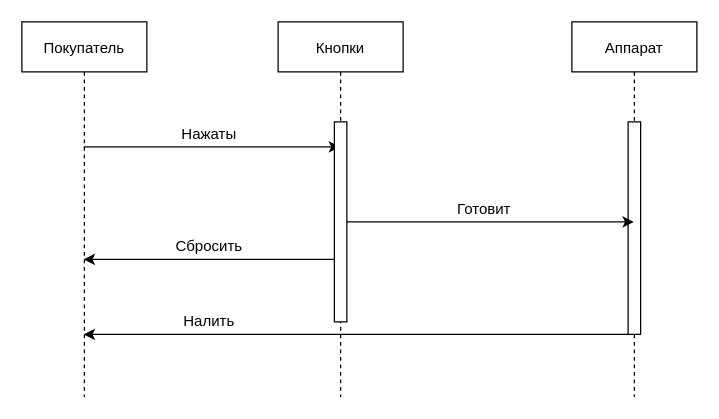
Above: Диаграммы/SequenceDiagram.drawio in programmers42p/CoffeMachineApp (draw.io), before the change. Source tidied: cells renumbered, new cells numbered last; positions are measured from the earlier drawing's top-left corner, leaving out a move shared by most shapes. Both pictures are drawn from the tidied source at 125%, with x=0, y=0 at pixel (21, 21).
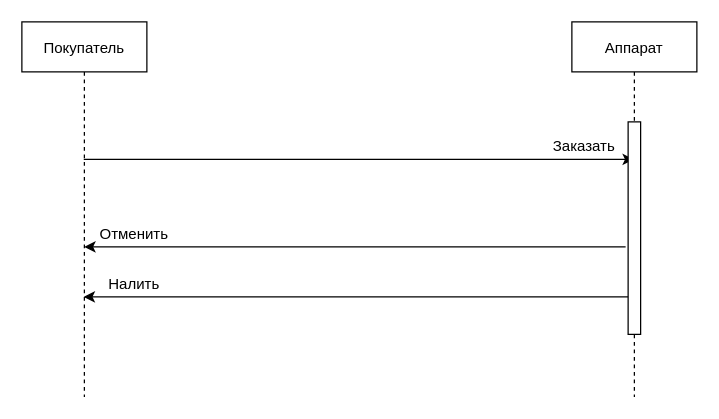
The same page after the edit.

The change refers to these unchanged cells:
```xml
<mxCell id="3" value="Покупатель" style="shape=umlLifeline;perimeter=lifelinePerimeter;rounded=0;shadow=0;strokeWidth=1;" parent="1" vertex="1">
  <mxGeometry width="100" height="300" as="geometry" />
</mxCell>
<mxCell id="4" value="Аппарат" style="shape=umlLifeline;perimeter=lifelinePerimeter;rounded=0;shadow=0;strokeWidth=1;" parent="1" vertex="1">
  <mxGeometry x="440" width="100" height="300" as="geometry" />
</mxCell>
<mxCell id="5" style="points=[];perimeter=orthogonalPerimeter;rounded=0;shadow=0;strokeWidth=1;" parent="4" vertex="1">
  <mxGeometry x="45" y="80" width="10" height="170" as="geometry" />
</mxCell>
```

What changed in the source:
```diff
@@
-    <mxCell id="2" style="edgeStyle=orthogonalEdgeStyle;rounded=0;jettySize=auto;html=1;" parent="1" edge="1" source="3" target="8">
+    <mxCell id="2" style="edgeStyle=orthogonalEdgeStyle;rounded=0;jettySize=auto;html=1;" parent="1" edge="1" source="3" target="4">
       <mxGeometry relative="1" as="geometry">
         <Array as="points">
-          <mxPoint x="150" y="100" />
-          <mxPoint x="150" y="100" />
+          <mxPoint x="380" y="110" />
+          <mxPoint x="380" y="110" />
         </Array>
       </mxGeometry>
     </mxCell>
@@
-    <mxCell id="6" style="edgeStyle=orthogonalEdgeStyle;rounded=0;jettySize=auto;html=1;" parent="1" edge="1" source="8" target="4">
-      <mxGeometry relative="1" as="geometry">
-        <Array as="points">
-          <mxPoint x="420" y="160" />
-          <mxPoint x="420" y="160" />
-        </Array>
-      </mxGeometry>
-    </mxCell>
-    <mxCell id="7" style="edgeStyle=orthogonalEdgeStyle;rounded=0;jettySize=auto;html=1;" parent="1" edge="1" source="8" target="3">
-      <mxGeometry relative="1" as="geometry">
-        <Array as="points">
-          <mxPoint x="180" y="190" />
-          <mxPoint x="180" y="190" />
-        </Array>
-      </mxGeometry>
-    </mxCell>
-    <mxCell id="8" value="Кнопки" style="shape=umlLifeline;perimeter=lifelinePerimeter;rounded=0;shadow=0;strokeWidth=1;" parent="1" vertex="1">
-      <mxGeometry x="205" width="100" height="300" as="geometry" />
-    </mxCell>
-    <mxCell id="9" style="perimeter=orthogonalPerimeter;rounded=0;shadow=0;strokeWidth=1;" parent="8" vertex="1">
-      <mxGeometry x="45" y="80" width="10" height="160" as="geometry" />
-    </mxCell>
-    <mxCell id="10" value="Нажаты" style="text;html=1;strokeColor=none;fillColor=none;align=center;verticalAlign=middle;whiteSpace=wrap;rounded=0;" parent="1" vertex="1">
-      <mxGeometry x="130" y="80" width="40" height="20" as="geometry" />
+    <mxCell id="10" value="Заказать" style="text;html=1;strokeColor=none;fillColor=none;align=center;verticalAlign=middle;whiteSpace=wrap;rounded=0;" parent="1" vertex="1">
+      <mxGeometry x="430" y="90" width="40" height="20" as="geometry" />
     </mxCell>
-    <mxCell id="11" value="Готовит" style="text;html=1;strokeColor=none;fillColor=none;align=center;verticalAlign=middle;whiteSpace=wrap;rounded=0;" parent="1" vertex="1">
-      <mxGeometry x="350" y="140" width="40" height="20" as="geometry" />
-    </mxCell>
     <mxCell id="12" style="edgeStyle=orthogonalEdgeStyle;rounded=0;jettySize=auto;html=1;" parent="1" edge="1" source="5" target="3">
       <mxGeometry relative="1" as="geometry">
         <Array as="points">
-          <mxPoint x="450" y="250" />
-          <mxPoint x="450" y="250" />
+          <mxPoint x="360" y="220" />
+          <mxPoint x="360" y="220" />
         </Array>
       </mxGeometry>
     </mxCell>
     <mxCell id="13" value="Налить" style="text;html=1;strokeColor=none;fillColor=none;align=center;verticalAlign=middle;whiteSpace=wrap;rounded=0;" parent="1" vertex="1">
-      <mxGeometry x="130" y="230" width="40" height="20" as="geometry" />
+      <mxGeometry x="70" y="200" width="40" height="20" as="geometry" />
     </mxCell>
-    <mxCell id="14" value="Сбросить" style="text;html=1;strokeColor=none;fillColor=none;align=center;verticalAlign=middle;whiteSpace=wrap;rounded=0;" parent="1" vertex="1">
-      <mxGeometry x="130" y="170" width="40" height="20" as="geometry" />
-    </mxCell>
+    <mxCell id="15" style="edgeStyle=orthogonalEdgeStyle;rounded=0;jettySize=auto;html=1;exitX=-0.2;exitY=0.588;exitDx=0;exitDy=0;exitPerimeter=0;" parent="1" edge="1" source="5">
+      <mxGeometry relative="1" as="geometry">
+        <mxPoint x="50" y="180" as="targetPoint" />
+      </mxGeometry>
+    </mxCell>
+    <mxCell id="16" value="Отменить" style="text;html=1;strokeColor=none;fillColor=none;align=center;verticalAlign=middle;whiteSpace=wrap;rounded=0;" parent="1" vertex="1">
+      <mxGeometry x="70" y="160" width="40" height="20" as="geometry" />
+    </mxCell>
```
